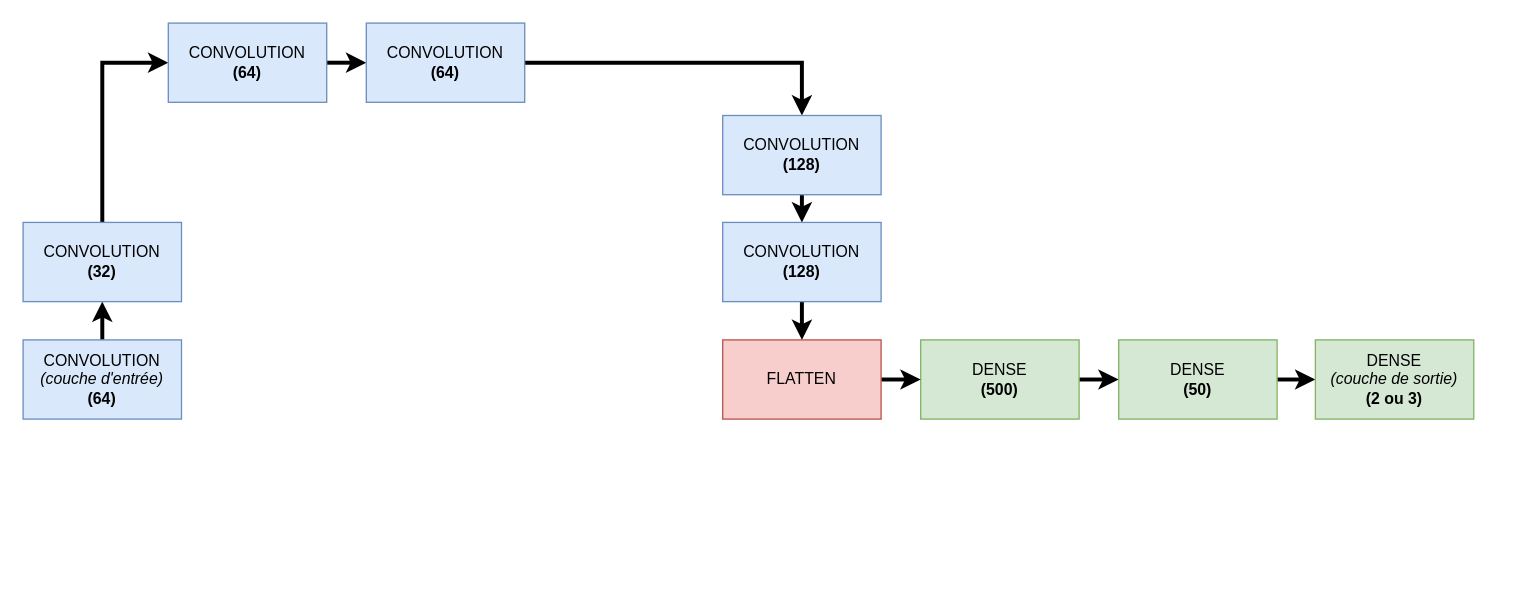
Earlier version of the draw.io diagram page "Page-2" (2 of 2) of doc/presentation/Figures/DRNNVert2.drawio (ddrous/projet-inverse-2d). Source tidied: cells renumbered, new cells numbered last; positions are measured from the earlier drawing's top-left corner, leaving out a move shared by most shapes. Both pictures are drawn from the tidied source at 132%, with x=0, y=0 at pixel (22, 22).
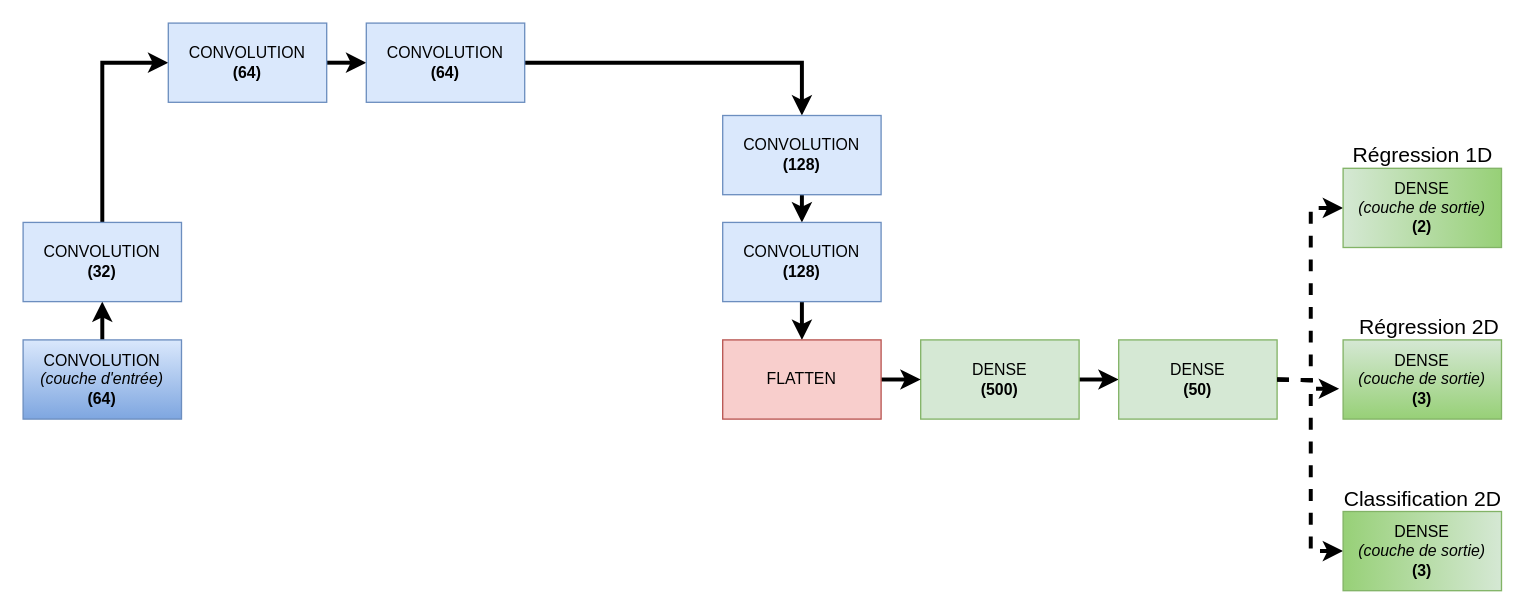
After the change.

Unchanged cells that the change refers to:
```xml
<mxCell id="17" value="&lt;font face=&quot;Iwona&quot;&gt;DENSE&lt;br&gt;&lt;/font&gt;&lt;b style=&quot;font-family: &amp;#34;iwona&amp;#34;&quot;&gt;(50)&lt;/b&gt;&lt;font face=&quot;Iwona&quot;&gt;&lt;br&gt;&lt;/font&gt;" style="rounded=0;whiteSpace=wrap;html=1;rotation=0;fillColor=#d5e8d4;strokeColor=#82b366;" parent="1" vertex="1">
  <mxGeometry x="830" y="240" width="120" height="60" as="geometry" />
</mxCell>
```

Diff of the diagram source:
```diff
@@
-    <mxCell id="3" value="&lt;font face=&quot;Iwona&quot;&gt;CONVOLUTION&lt;br&gt;&lt;i&gt;(couche d'entrée)&lt;/i&gt;&lt;br&gt;&lt;b&gt;(64)&lt;/b&gt;&lt;br&gt;&lt;/font&gt;" style="rounded=0;whiteSpace=wrap;html=1;rotation=0;fillColor=#dae8fc;strokeColor=#6c8ebf;" parent="1" vertex="1">
+    <mxCell id="3" value="&lt;font face=&quot;Iwona&quot;&gt;CONVOLUTION&lt;br&gt;&lt;i&gt;(couche d'entrée)&lt;/i&gt;&lt;br&gt;&lt;b&gt;(64)&lt;/b&gt;&lt;br&gt;&lt;/font&gt;" style="rounded=0;whiteSpace=wrap;html=1;rotation=0;fillColor=#dae8fc;strokeColor=#6c8ebf;gradientColor=#7ea6e0;" parent="1" vertex="1">
       <mxGeometry y="240" width="120" height="60" as="geometry" />
     </mxCell>
@@
-    <mxCell id="16" style="edgeStyle=orthogonalEdgeStyle;rounded=0;jettySize=auto;html=1;exitX=1;exitY=0.5;exitDx=0;exitDy=0;entryX=0;entryY=0.5;entryDx=0;entryDy=0;strokeWidth=3;" parent="1" edge="1" source="17" target="20">
-      <mxGeometry relative="1" as="geometry" />
-    </mxCell>
@@
-    <mxCell id="20" value="&lt;font face=&quot;Iwona&quot;&gt;DENSE&lt;br&gt;&lt;i&gt;(couche de sortie)&lt;br&gt;&lt;/i&gt;&lt;/font&gt;&lt;b style=&quot;font-family: &amp;#34;iwona&amp;#34;&quot;&gt;(2 ou 3)&lt;/b&gt;&lt;font face=&quot;Iwona&quot;&gt;&lt;i&gt;&lt;br&gt;&lt;/i&gt;&lt;/font&gt;" style="rounded=0;whiteSpace=wrap;html=1;rotation=0;fillColor=#d5e8d4;strokeColor=#82b366;" parent="1" vertex="1">
-      <mxGeometry x="979" y="240" width="120" height="60" as="geometry" />
-    </mxCell>
+    <mxCell id="21" style="edgeStyle=orthogonalEdgeStyle;rounded=0;jettySize=auto;html=1;exitX=1;exitY=0.5;exitDx=0;exitDy=0;entryX=0;entryY=0.5;entryDx=0;entryDy=0;strokeWidth=3;dashed=1;" parent="1" edge="1" target="24">
+      <mxGeometry relative="1" as="geometry">
+        <mxPoint x="950" y="270" as="sourcePoint" />
+      </mxGeometry>
+    </mxCell>
+    <mxCell id="22" style="edgeStyle=orthogonalEdgeStyle;rounded=0;jettySize=auto;html=1;exitX=1;exitY=0.5;exitDx=0;exitDy=0;entryX=-0.025;entryY=0.617;entryDx=0;entryDy=0;entryPerimeter=0;dashed=1;strokeWidth=3;" parent="1" edge="1" target="25">
+      <mxGeometry relative="1" as="geometry">
+        <mxPoint x="950" y="270" as="sourcePoint" />
+      </mxGeometry>
+    </mxCell>
+    <mxCell id="23" style="edgeStyle=orthogonalEdgeStyle;rounded=0;jettySize=auto;html=1;exitX=1;exitY=0.5;exitDx=0;exitDy=0;entryX=0;entryY=0.5;entryDx=0;entryDy=0;dashed=1;strokeWidth=3;" parent="1" edge="1" target="26">
+      <mxGeometry relative="1" as="geometry">
+        <mxPoint x="950" y="270" as="sourcePoint" />
+      </mxGeometry>
+    </mxCell>
+    <mxCell id="24" value="&lt;font face=&quot;Iwona&quot;&gt;DENSE&lt;br&gt;&lt;i&gt;(couche de sortie)&lt;br&gt;&lt;/i&gt;&lt;/font&gt;&lt;b style=&quot;font-family: &amp;#34;iwona&amp;#34;&quot;&gt;(2)&lt;/b&gt;&lt;font face=&quot;Iwona&quot;&gt;&lt;i&gt;&lt;br&gt;&lt;/i&gt;&lt;/font&gt;" style="rounded=0;whiteSpace=wrap;html=1;rotation=0;fillColor=#d5e8d4;strokeColor=#82b366;gradientColor=#97d077;gradientDirection=east;" parent="1" vertex="1">
+      <mxGeometry x="1000" y="110" width="120" height="60" as="geometry" />
+    </mxCell>
+    <mxCell id="25" value="&lt;font face=&quot;Iwona&quot;&gt;DENSE&lt;br&gt;&lt;i&gt;(couche de sortie)&lt;br&gt;&lt;/i&gt;&lt;/font&gt;&lt;b style=&quot;font-family: &amp;#34;iwona&amp;#34;&quot;&gt;(3)&lt;/b&gt;&lt;font face=&quot;Iwona&quot;&gt;&lt;i&gt;&lt;br&gt;&lt;/i&gt;&lt;/font&gt;" style="rounded=0;whiteSpace=wrap;html=1;rotation=0;fillColor=#d5e8d4;strokeColor=#82b366;gradientColor=#97d077;" parent="1" vertex="1">
+      <mxGeometry x="1000" y="240" width="120" height="60" as="geometry" />
+    </mxCell>
+    <mxCell id="26" value="&lt;font face=&quot;Iwona&quot;&gt;DENSE&lt;br&gt;&lt;i&gt;(couche de sortie)&lt;br&gt;&lt;/i&gt;&lt;/font&gt;&lt;b style=&quot;font-family: &amp;#34;iwona&amp;#34;&quot;&gt;(3)&lt;/b&gt;&lt;font face=&quot;Iwona&quot;&gt;&lt;i&gt;&lt;br&gt;&lt;/i&gt;&lt;/font&gt;" style="rounded=0;whiteSpace=wrap;html=1;rotation=0;fillColor=#d5e8d4;strokeColor=#82b366;gradientColor=#97d077;gradientDirection=west;" parent="1" vertex="1">
+      <mxGeometry x="1000" y="370" width="120" height="60" as="geometry" />
+    </mxCell>
+    <mxCell id="27" value="&lt;font face=&quot;Iwona&quot; style=&quot;font-size: 16px&quot;&gt;Régression 1D&lt;/font&gt;" style="text;html=1;align=center;verticalAlign=middle;" parent="1" vertex="1">
+      <mxGeometry x="1000" y="90" width="120" height="20" as="geometry" />
+    </mxCell>
+    <mxCell id="28" value="&lt;font face=&quot;Iwona&quot; style=&quot;font-size: 16px&quot;&gt;Régression 2D&lt;/font&gt;" style="text;html=1;align=center;verticalAlign=middle;" parent="1" vertex="1">
+      <mxGeometry x="1005" y="220" width="120" height="20" as="geometry" />
+    </mxCell>
+    <mxCell id="29" value="&lt;font face=&quot;Iwona&quot; style=&quot;font-size: 16px&quot;&gt;Classification 2D&lt;/font&gt;" style="text;html=1;align=center;verticalAlign=middle;" parent="1" vertex="1">
+      <mxGeometry x="995" y="350" width="130" height="20" as="geometry" />
+    </mxCell>
```
